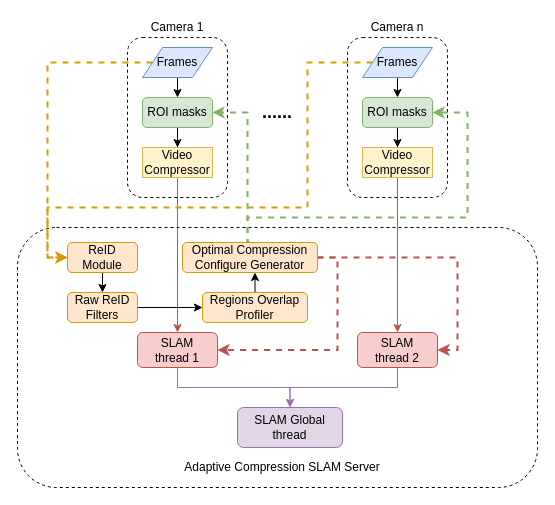
Yvonne0413/HRNet-Fcos-disentangle keeps this draw.io diagram as Multi-Agent-SLAM.drawio. Above is the earlier version. Source tidied: cells renumbered, new cells numbered last; positions are measured from the earlier drawing's top-left corner, leaving out a move shared by most shapes. Both pictures are drawn from the tidied source at 100%, with x=0, y=0 at pixel (17, 17).
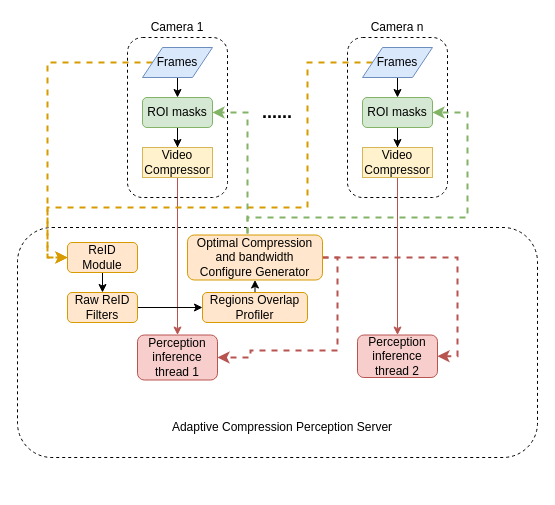
Above is the later version.

The edit, as a diff of the source:
```diff
@@
     <mxCell id="3" style="rounded=1;whiteSpace=wrap;html=1;fillColor=none;gradientColor=none;dashed=1;" parent="1" vertex="1">
-      <mxGeometry y="210" width="520" height="260" as="geometry" />
+      <mxGeometry y="210" width="520" height="230" as="geometry" />
     </mxCell>
@@
-    <mxCell id="22" value="Adaptive Compression SLAM Server" style="text;html=1;strokeColor=none;fillColor=none;align=center;verticalAlign=middle;whiteSpace=wrap;rounded=0;dashed=1;" parent="1" vertex="1">
-      <mxGeometry x="110" y="430" width="310" height="40" as="geometry" />
+    <mxCell id="22" value="Adaptive Compression Perception Server" style="text;html=1;strokeColor=none;fillColor=none;align=center;verticalAlign=middle;whiteSpace=wrap;rounded=0;dashed=1;" parent="1" vertex="1">
+      <mxGeometry x="110" y="390" width="310" height="40" as="geometry" />
     </mxCell>
-    <mxCell id="23" style="edgeStyle=orthogonalEdgeStyle;rounded=0;jettySize=auto;html=1;exitX=0.5;exitY=1;exitDx=0;exitDy=0;entryX=0.5;entryY=0;entryDx=0;entryDy=0;strokeWidth=1;fillColor=#e1d5e7;strokeColor=#9673a6;" parent="1" edge="1" source="24" target="38">
-      <mxGeometry relative="1" as="geometry" />
-    </mxCell>
-    <mxCell id="24" value="SLAM &lt;br&gt;thread 1" style="rounded=1;whiteSpace=wrap;html=1;fillColor=#f8cecc;strokeColor=#b85450;" parent="1" vertex="1">
-      <mxGeometry x="120" y="315" width="80" height="35" as="geometry" />
+    <mxCell id="24" value="Perception&lt;br&gt;inference&lt;br&gt;thread 1" style="rounded=1;whiteSpace=wrap;html=1;fillColor=#f8cecc;strokeColor=#b85450;" parent="1" vertex="1">
+      <mxGeometry x="120" y="317.5" width="80" height="45" as="geometry" />
     </mxCell>
-    <mxCell id="25" style="edgeStyle=orthogonalEdgeStyle;rounded=0;jettySize=auto;html=1;exitX=0.5;exitY=1;exitDx=0;exitDy=0;entryX=0.5;entryY=0;entryDx=0;entryDy=0;strokeWidth=1;fillColor=#e1d5e7;strokeColor=#9673a6;" parent="1" edge="1" source="26" target="38">
-      <mxGeometry relative="1" as="geometry" />
-    </mxCell>
-    <mxCell id="26" value="SLAM &lt;br&gt;thread 2" style="rounded=1;whiteSpace=wrap;html=1;fillColor=#f8cecc;strokeColor=#b85450;" parent="1" vertex="1">
-      <mxGeometry x="340" y="315" width="80" height="35" as="geometry" />
+    <mxCell id="26" value="Perception&lt;br&gt;inference&lt;br&gt;thread 2" style="rounded=1;whiteSpace=wrap;html=1;fillColor=#f8cecc;strokeColor=#b85450;" parent="1" vertex="1">
+      <mxGeometry x="340" y="317.5" width="80" height="42.5" as="geometry" />
     </mxCell>
@@
-    <mxCell id="36" style="edgeStyle=orthogonalEdgeStyle;rounded=0;jettySize=auto;html=1;exitX=1;exitY=0.5;exitDx=0;exitDy=0;entryX=1;entryY=0.5;entryDx=0;entryDy=0;dashed=1;strokeWidth=2;fillColor=#f8cecc;strokeColor=#b85450;" parent="1" edge="1" source="37" target="24">
+    <mxCell id="36" style="edgeStyle=orthogonalEdgeStyle;rounded=0;jettySize=auto;html=1;exitX=1;exitY=0.5;exitDx=0;exitDy=0;dashed=1;strokeWidth=2;fillColor=#f8cecc;strokeColor=#b85450;entryX=1;entryY=0.5;entryDx=0;entryDy=0;" parent="1" edge="1" source="37" target="24">
       <mxGeometry relative="1" as="geometry">
         <Array as="points">
           <mxPoint x="320" y="240" />
           <mxPoint x="320" y="333" />
+          <mxPoint x="233" y="333" />
         </Array>
       </mxGeometry>
     </mxCell>
-    <mxCell id="37" value="Optimal Compression Configure Generator" style="rounded=1;whiteSpace=wrap;html=1;fillColor=#ffe6cc;strokeColor=#d79b00;" parent="1" vertex="1">
-      <mxGeometry x="165" y="225" width="135" height="30" as="geometry" />
+    <mxCell id="37" value="Optimal Compression and bandwidth Configure Generator" style="rounded=1;whiteSpace=wrap;html=1;fillColor=#ffe6cc;strokeColor=#d79b00;" parent="1" vertex="1">
+      <mxGeometry x="170" y="217.5" width="135" height="45" as="geometry" />
     </mxCell>
-    <mxCell id="38" value="SLAM Global thread" style="rounded=1;whiteSpace=wrap;html=1;fillColor=#e1d5e7;strokeColor=#9673a6;" parent="1" vertex="1">
-      <mxGeometry x="220" y="390" width="105" height="40" as="geometry" />
-    </mxCell>
```
